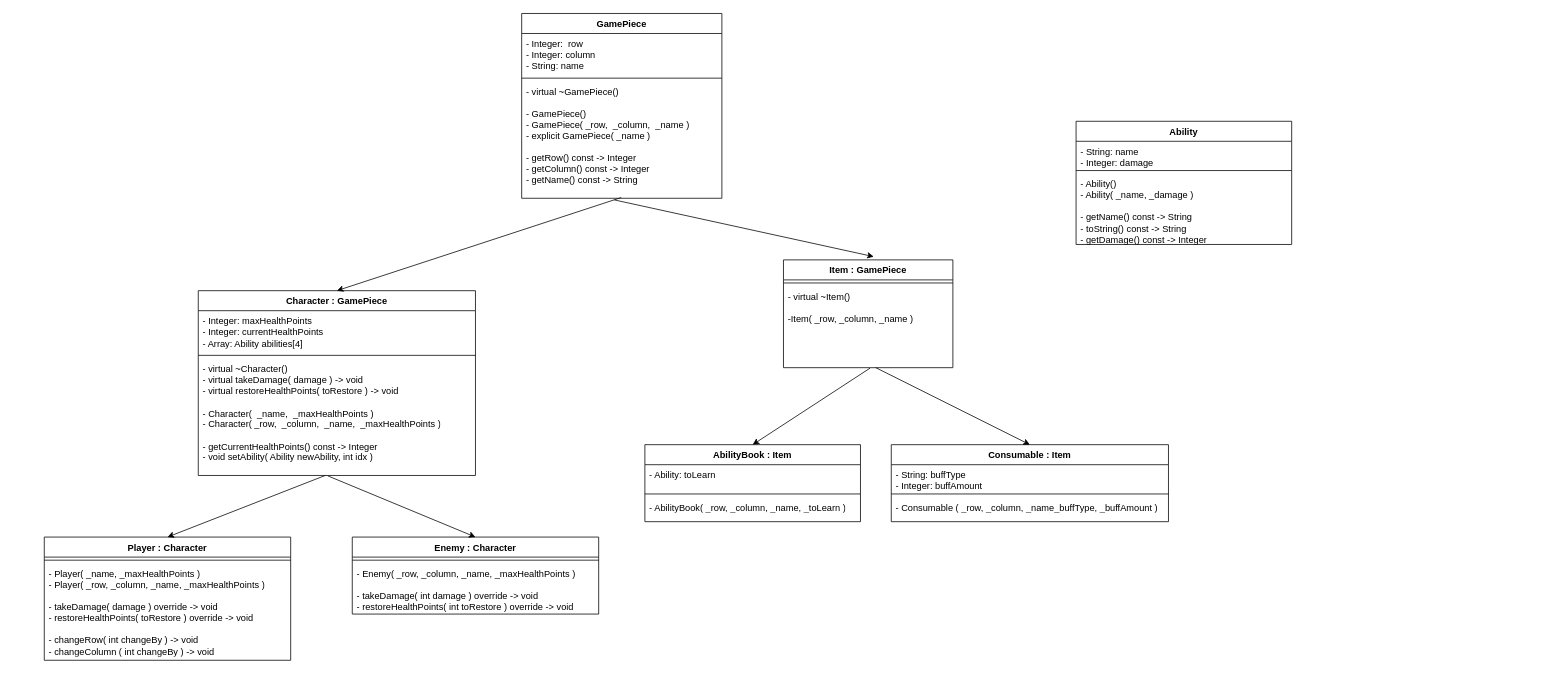
Earlier version of the draw.io diagram cli_game.drawio (klovelace21/cli_game). Source tidied: cells renumbered, new cells numbered last; positions are measured from the earlier drawing's top-left corner, leaving out a move shared by most shapes. Both pictures are drawn from the tidied source at 77%, with x=0, y=0 at pixel (44, 13).
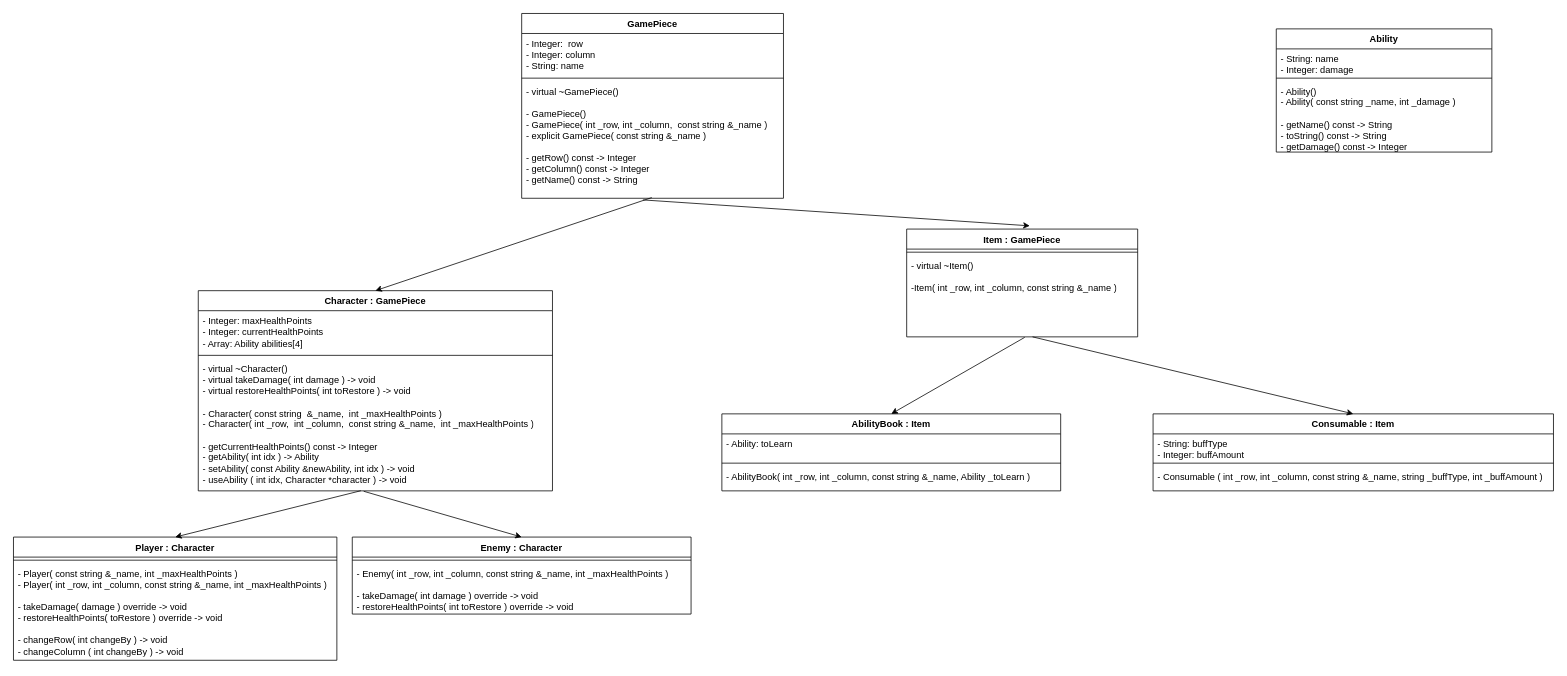
The same diagram, later.

Commit message (it also covers changes not shown here):
updating diagram and classes for better clarification

Change to the diagram source:
```diff
@@
     <mxCell id="2" value="GamePiece" style="swimlane;fontStyle=1;align=center;verticalAlign=top;horizontal=1;startSize=26;whiteSpace=wrap;html=1;" parent="1" vertex="1">
-      <mxGeometry x="620" width="260" height="240" as="geometry" />
+      <mxGeometry x="620" width="340" height="240" as="geometry" />
     </mxCell>
     <mxCell id="3" value="- Integer:&amp;nbsp; row&lt;br&gt;- Integer: column&lt;br&gt;- String: name" style="text;strokeColor=none;fillColor=none;align=left;verticalAlign=top;spacingLeft=4;spacingRight=4;overflow=hidden;whiteSpace=wrap;html=1;" parent="2" vertex="1">
-      <mxGeometry y="26" width="260" height="54" as="geometry" />
+      <mxGeometry y="26" width="340" height="54" as="geometry" />
     </mxCell>
     <mxCell id="4" style="line;strokeWidth=1;fillColor=none;align=left;verticalAlign=middle;spacingTop=-1;spacingLeft=3;spacingRight=3;labelPosition=right;strokeColor=inherit;" parent="2" vertex="1">
-      <mxGeometry y="80" width="260" height="8" as="geometry" />
+      <mxGeometry y="80" width="340" height="8" as="geometry" />
     </mxCell>
-    <mxCell id="5" value="- virtual ~GamePiece()&lt;br&gt;&lt;br&gt;- GamePiece()&lt;br&gt;- GamePiece( _row,&amp;nbsp; _column,&amp;nbsp; _name )&lt;br&gt;- explicit GamePiece( _name )&lt;br&gt;&lt;br&gt;- getRow() const -&amp;gt; Integer&lt;br&gt;- getColumn() const -&amp;gt; Integer&lt;br&gt;- getName() const -&amp;gt; String" style="text;strokeColor=none;fillColor=none;align=left;verticalAlign=top;spacingLeft=4;spacingRight=4;overflow=hidden;points=[[0,0.5],[1,0.5]];portConstraint=eastwest;whiteSpace=wrap;html=1;" parent="2" vertex="1">
-      <mxGeometry y="88" width="260" height="152" as="geometry" />
+    <mxCell id="5" value="- virtual ~GamePiece()&lt;br&gt;&lt;br&gt;- GamePiece()&lt;br&gt;- GamePiece( int _row, int _column,&amp;nbsp; const string &amp;amp;_name )&lt;br&gt;- explicit GamePiece( const string &amp;amp;_name )&lt;br&gt;&lt;br&gt;- getRow() const -&amp;gt; Integer&lt;br&gt;- getColumn() const -&amp;gt; Integer&lt;br&gt;- getName() const -&amp;gt; String" style="text;strokeColor=none;fillColor=none;align=left;verticalAlign=top;spacingLeft=4;spacingRight=4;overflow=hidden;points=[[0,0.5],[1,0.5]];portConstraint=eastwest;whiteSpace=wrap;html=1;" parent="2" vertex="1">
+      <mxGeometry y="88" width="340" height="152" as="geometry" />
     </mxCell>
     <mxCell id="6" value="Character : GamePiece" style="swimlane;fontStyle=1;align=center;verticalAlign=top;horizontal=1;startSize=26;whiteSpace=wrap;html=1;" parent="1" vertex="1">
-      <mxGeometry x="200" y="360" width="360" height="240" as="geometry" />
+      <mxGeometry x="200" y="360" width="460" height="260" as="geometry" />
     </mxCell>
     <mxCell id="7" value="- Integer: maxHealthPoints&lt;br&gt;- Integer: currentHealthPoints&lt;br&gt;- Array: Ability abilities[4]" style="text;strokeColor=none;fillColor=none;align=left;verticalAlign=top;spacingLeft=4;spacingRight=4;overflow=hidden;whiteSpace=wrap;html=1;" parent="6" vertex="1">
-      <mxGeometry y="26" width="360" height="54" as="geometry" />
+      <mxGeometry y="26" width="460" height="54" as="geometry" />
     </mxCell>
     <mxCell id="8" style="line;strokeWidth=1;fillColor=none;align=left;verticalAlign=middle;spacingTop=-1;spacingLeft=3;spacingRight=3;labelPosition=right;strokeColor=inherit;" parent="6" vertex="1">
-      <mxGeometry y="80" width="360" height="8" as="geometry" />
+      <mxGeometry y="80" width="460" height="8" as="geometry" />
     </mxCell>
-    <mxCell id="9" value="- virtual ~Character()&lt;br&gt;- virtual takeDamage( damage ) -&amp;gt; void&lt;br style=&quot;border-color: var(--border-color);&quot;&gt;- virtual restoreHealthPoints( toRestore ) -&amp;gt; void&lt;br&gt;&lt;br&gt;- Character(&amp;nbsp; _name,&amp;nbsp; _maxHealthPoints )&lt;br&gt;- Character( _row,&amp;nbsp; _column,&amp;nbsp; _name,&amp;nbsp; _maxHealthPoints )&lt;br&gt;&lt;br&gt;- getCurrentHealthPoints() const -&amp;gt; Integer&lt;br&gt;- void setAbility( Ability newAbility, int idx )" style="text;strokeColor=none;fillColor=none;align=left;verticalAlign=top;spacingLeft=4;spacingRight=4;overflow=hidden;points=[[0,0.5],[1,0.5]];portConstraint=eastwest;whiteSpace=wrap;html=1;" parent="6" vertex="1">
-      <mxGeometry y="88" width="360" height="152" as="geometry" />
+    <mxCell id="9" value="- virtual ~Character()&lt;br&gt;- virtual takeDamage( int damage ) -&amp;gt; void&lt;br style=&quot;border-color: var(--border-color);&quot;&gt;- virtual restoreHealthPoints( int toRestore ) -&amp;gt; void&lt;br&gt;&lt;br&gt;- Character( const string&amp;nbsp; &amp;amp;_name,&amp;nbsp; int _maxHealthPoints )&lt;br&gt;- Character( int _row,&amp;nbsp; int _column,&amp;nbsp; const string &amp;amp;_name,&amp;nbsp; int _maxHealthPoints )&lt;br&gt;&lt;br&gt;- getCurrentHealthPoints() const -&amp;gt; Integer&lt;br&gt;- getAbility( int idx ) -&amp;gt; Ability&lt;br&gt;- setAbility( const Ability &amp;amp;newAbility, int idx ) -&amp;gt; void&lt;br&gt;- useAbility ( int idx, Character *character ) -&amp;gt; void" style="text;strokeColor=none;fillColor=none;align=left;verticalAlign=top;spacingLeft=4;spacingRight=4;overflow=hidden;points=[[0,0.5],[1,0.5]];portConstraint=eastwest;whiteSpace=wrap;html=1;" parent="6" vertex="1">
+      <mxGeometry y="88" width="460" height="172" as="geometry" />
     </mxCell>
@@
     <mxCell id="11" value="Player : Character" style="swimlane;fontStyle=1;align=center;verticalAlign=top;horizontal=1;startSize=26;whiteSpace=wrap;html=1;" parent="1" vertex="1">
-      <mxGeometry y="680" width="320" height="160" as="geometry" />
+      <mxGeometry x="-40" y="680" width="420" height="160" as="geometry" />
     </mxCell>
     <mxCell id="12" style="line;strokeWidth=1;fillColor=none;align=left;verticalAlign=middle;spacingTop=-1;spacingLeft=3;spacingRight=3;labelPosition=right;strokeColor=inherit;" parent="11" vertex="1">
-      <mxGeometry y="26" width="320" height="8" as="geometry" />
+      <mxGeometry y="26" width="420" height="8" as="geometry" />
     </mxCell>
-    <mxCell id="13" value="- Player( _name, _maxHealthPoints )&lt;br&gt;- Player( _row, _column, _name, _maxHealthPoints )&lt;br&gt;&lt;br&gt;- takeDamage( damage ) override -&amp;gt; void&lt;br&gt;- restoreHealthPoints( toRestore ) override -&amp;gt; void&lt;br&gt;&lt;br&gt;- changeRow( int changeBy ) -&amp;gt; void&lt;br&gt;- changeColumn ( int changeBy ) -&amp;gt; void" style="text;strokeColor=none;fillColor=none;align=left;verticalAlign=top;spacingLeft=4;spacingRight=4;overflow=hidden;whiteSpace=wrap;html=1;" parent="11" vertex="1">
-      <mxGeometry y="34" width="320" height="126" as="geometry" />
+    <mxCell id="13" value="- Player( const string &amp;amp;_name, int _maxHealthPoints )&lt;br&gt;- Player( int _row, int _column, const string &amp;amp;_name, int _maxHealthPoints )&lt;br&gt;&lt;br&gt;- takeDamage( damage ) override -&amp;gt; void&lt;br&gt;- restoreHealthPoints( toRestore ) override -&amp;gt; void&lt;br&gt;&lt;br&gt;- changeRow( int changeBy ) -&amp;gt; void&lt;br&gt;- changeColumn ( int changeBy ) -&amp;gt; void" style="text;strokeColor=none;fillColor=none;align=left;verticalAlign=top;spacingLeft=4;spacingRight=4;overflow=hidden;whiteSpace=wrap;html=1;" parent="11" vertex="1">
+      <mxGeometry y="34" width="420" height="126" as="geometry" />
     </mxCell>
     <mxCell id="14" value="Enemy : Character" style="swimlane;fontStyle=1;align=center;verticalAlign=top;horizontal=1;startSize=26;whiteSpace=wrap;html=1;" parent="1" vertex="1">
-      <mxGeometry x="400" y="680" width="320" height="100" as="geometry" />
+      <mxGeometry x="400" y="680" width="440" height="100" as="geometry" />
     </mxCell>
     <mxCell id="15" style="line;strokeWidth=1;fillColor=none;align=left;verticalAlign=middle;spacingTop=-1;spacingLeft=3;spacingRight=3;labelPosition=right;strokeColor=inherit;" parent="14" vertex="1">
-      <mxGeometry y="26" width="320" height="8" as="geometry" />
+      <mxGeometry y="26" width="440" height="8" as="geometry" />
     </mxCell>
-    <mxCell id="16" value="- Enemy( _row, _column, _name, _maxHealthPoints )&lt;br&gt;&lt;br&gt;- takeDamage( int damage ) override -&amp;gt; void&lt;br&gt;- restoreHealthPoints( int toRestore ) override -&amp;gt; void" style="text;strokeColor=none;fillColor=none;align=left;verticalAlign=top;spacingLeft=4;spacingRight=4;overflow=hidden;whiteSpace=wrap;html=1;" parent="14" vertex="1">
-      <mxGeometry y="34" width="320" height="66" as="geometry" />
+    <mxCell id="16" value="- Enemy( int _row, int _column, const string &amp;amp;_name, int _maxHealthPoints )&lt;br&gt;&lt;br&gt;- takeDamage( int damage ) override -&amp;gt; void&lt;br&gt;- restoreHealthPoints( int toRestore ) override -&amp;gt; void" style="text;strokeColor=none;fillColor=none;align=left;verticalAlign=top;spacingLeft=4;spacingRight=4;overflow=hidden;whiteSpace=wrap;html=1;" parent="14" vertex="1">
+      <mxGeometry y="34" width="440" height="66" as="geometry" />
     </mxCell>
@@
     <mxCell id="19" value="Item : GamePiece" style="swimlane;fontStyle=1;align=center;verticalAlign=top;horizontal=1;startSize=26;whiteSpace=wrap;html=1;" parent="1" vertex="1">
-      <mxGeometry x="960" y="320" width="220" height="140" as="geometry" />
+      <mxGeometry x="1120" y="280" width="300" height="140" as="geometry" />
     </mxCell>
     <mxCell id="20" style="line;strokeWidth=1;fillColor=none;align=left;verticalAlign=middle;spacingTop=-1;spacingLeft=3;spacingRight=3;labelPosition=right;strokeColor=inherit;" parent="19" vertex="1">
-      <mxGeometry y="26" width="220" height="8" as="geometry" />
+      <mxGeometry y="26" width="300" height="8" as="geometry" />
     </mxCell>
-    <mxCell id="21" value="- virtual ~Item()&lt;br&gt;&lt;br&gt;-Item( _row, _column, _name )" style="text;strokeColor=none;fillColor=none;align=left;verticalAlign=top;spacingLeft=4;spacingRight=4;overflow=hidden;points=[[0,0.5],[1,0.5]];portConstraint=eastwest;whiteSpace=wrap;html=1;" parent="19" vertex="1">
-      <mxGeometry y="34" width="220" height="106" as="geometry" />
+    <mxCell id="21" value="- virtual ~Item()&lt;br&gt;&lt;br&gt;-Item( int _row, int _column, const string &amp;amp;_name )" style="text;strokeColor=none;fillColor=none;align=left;verticalAlign=top;spacingLeft=4;spacingRight=4;overflow=hidden;points=[[0,0.5],[1,0.5]];portConstraint=eastwest;whiteSpace=wrap;html=1;" parent="19" vertex="1">
+      <mxGeometry y="34" width="300" height="106" as="geometry" />
     </mxCell>
@@
     <mxCell id="23" value="AbilityBook : Item" style="swimlane;fontStyle=1;align=center;verticalAlign=top;horizontal=1;startSize=26;whiteSpace=wrap;html=1;" parent="1" vertex="1">
-      <mxGeometry x="780" y="560" width="280" height="100" as="geometry" />
+      <mxGeometry x="880" y="520" width="440" height="100" as="geometry" />
     </mxCell>
     <mxCell id="24" value="- Ability: toLearn" style="text;strokeColor=none;fillColor=none;align=left;verticalAlign=top;spacingLeft=4;spacingRight=4;overflow=hidden;whiteSpace=wrap;html=1;" parent="23" vertex="1">
-      <mxGeometry y="26" width="280" height="34" as="geometry" />
+      <mxGeometry y="26" width="440" height="34" as="geometry" />
     </mxCell>
     <mxCell id="25" style="line;strokeWidth=1;fillColor=none;align=left;verticalAlign=middle;spacingTop=-1;spacingLeft=3;spacingRight=3;labelPosition=right;strokeColor=inherit;" parent="23" vertex="1">
-      <mxGeometry y="60" width="280" height="8" as="geometry" />
+      <mxGeometry y="60" width="440" height="8" as="geometry" />
     </mxCell>
-    <mxCell id="26" value="- AbilityBook( _row, _column, _name, _toLearn )" style="text;strokeColor=none;fillColor=none;align=left;verticalAlign=top;spacingLeft=4;spacingRight=4;overflow=hidden;whiteSpace=wrap;html=1;" parent="23" vertex="1">
-      <mxGeometry y="68" width="280" height="32" as="geometry" />
+    <mxCell id="26" value="- AbilityBook( int _row, int _column, const string &amp;amp;_name, Ability _toLearn )" style="text;strokeColor=none;fillColor=none;align=left;verticalAlign=top;spacingLeft=4;spacingRight=4;overflow=hidden;whiteSpace=wrap;html=1;" parent="23" vertex="1">
+      <mxGeometry y="68" width="440" height="32" as="geometry" />
     </mxCell>
     <mxCell id="27" value="Consumable : Item" style="swimlane;fontStyle=1;align=center;verticalAlign=top;horizontal=1;startSize=26;whiteSpace=wrap;html=1;" parent="1" vertex="1">
-      <mxGeometry x="1100" y="560" width="360" height="100" as="geometry" />
+      <mxGeometry x="1440" y="520" width="520" height="100" as="geometry" />
     </mxCell>
     <mxCell id="28" value="- String: buffType&lt;br&gt;- Integer: buffAmount" style="text;strokeColor=none;fillColor=none;align=left;verticalAlign=top;spacingLeft=4;spacingRight=4;overflow=hidden;whiteSpace=wrap;html=1;" parent="27" vertex="1">
-      <mxGeometry y="26" width="360" height="34" as="geometry" />
+      <mxGeometry y="26" width="520" height="34" as="geometry" />
     </mxCell>
     <mxCell id="29" style="line;strokeWidth=1;fillColor=none;align=left;verticalAlign=middle;spacingTop=-1;spacingLeft=3;spacingRight=3;labelPosition=right;strokeColor=inherit;" parent="27" vertex="1">
-      <mxGeometry y="60" width="360" height="8" as="geometry" />
+      <mxGeometry y="60" width="520" height="8" as="geometry" />
     </mxCell>
-    <mxCell id="30" value="- Consumable ( _row, _column, _name_buffType, _buffAmount )" style="text;strokeColor=none;fillColor=none;align=left;verticalAlign=top;spacingLeft=4;spacingRight=4;overflow=hidden;whiteSpace=wrap;html=1;" parent="27" vertex="1">
-      <mxGeometry y="68" width="360" height="32" as="geometry" />
+    <mxCell id="30" value="- Consumable ( int _row, int _column, const string &amp;amp;_name, string _buffType, int _buffAmount )" style="text;strokeColor=none;fillColor=none;align=left;verticalAlign=top;spacingLeft=4;spacingRight=4;overflow=hidden;whiteSpace=wrap;html=1;" parent="27" vertex="1">
+      <mxGeometry y="68" width="520" height="32" as="geometry" />
     </mxCell>
@@
     <mxCell id="33" value="Ability" style="swimlane;fontStyle=1;align=center;verticalAlign=top;horizontal=1;startSize=26;whiteSpace=wrap;html=1;" parent="1" vertex="1">
-      <mxGeometry x="1340" y="140" width="280" height="160" as="geometry" />
+      <mxGeometry x="1600" y="20" width="280" height="160" as="geometry" />
     </mxCell>
@@
-    <mxCell id="36" value="- Ability()&lt;br&gt;- Ability( _name, _damage )&lt;br&gt;&lt;br&gt;- getName() const -&amp;gt; String&lt;br&gt;- toString() const -&amp;gt; String&lt;br&gt;- getDamage() const -&amp;gt; Integer" style="text;strokeColor=none;fillColor=none;align=left;verticalAlign=top;spacingLeft=4;spacingRight=4;overflow=hidden;whiteSpace=wrap;html=1;" parent="33" vertex="1">
+    <mxCell id="36" value="- Ability()&lt;br&gt;- Ability( const string _name, int _damage )&lt;br&gt;&lt;br&gt;- getName() const -&amp;gt; String&lt;br&gt;- toString() const -&amp;gt; String&lt;br&gt;- getDamage() const -&amp;gt; Integer" style="text;strokeColor=none;fillColor=none;align=left;verticalAlign=top;spacingLeft=4;spacingRight=4;overflow=hidden;whiteSpace=wrap;html=1;" parent="33" vertex="1">
       <mxGeometry y="68" width="280" height="92" as="geometry" />
     </mxCell>
```
